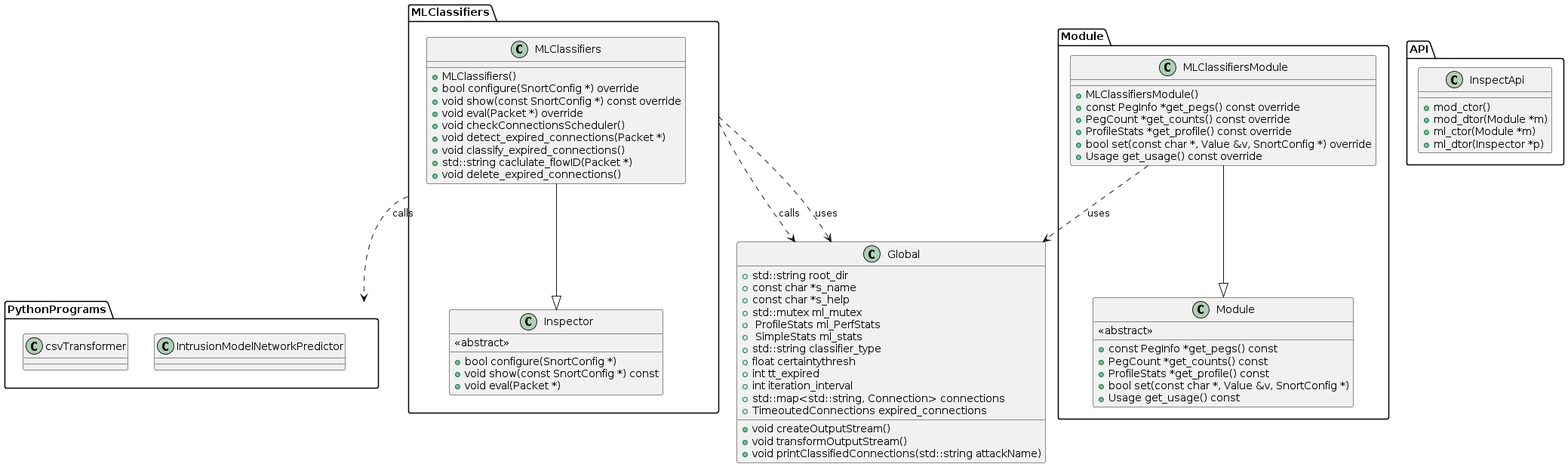
Raoulimer/ml_snort_plugin keeps this PlantUML diagram as plantUML/core_plugin_detection_class.png. Above is the earlier version.
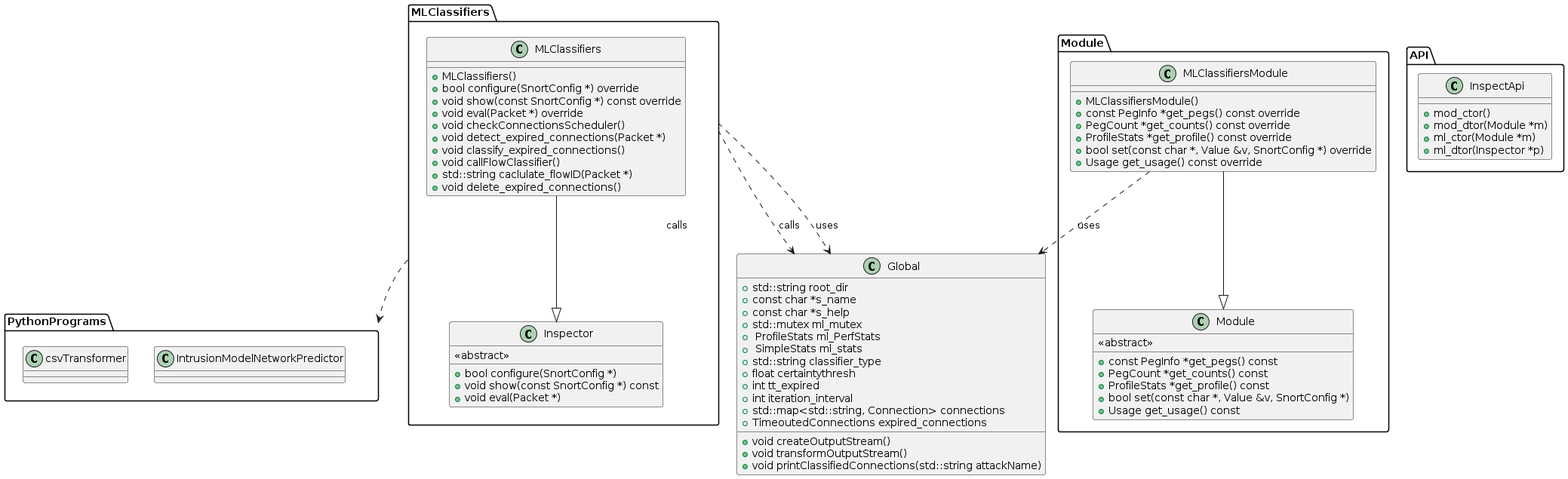
The same file after the commit.

Commit message:
Updated UML Diagram and Readme

Diff of the diagram source:
```diff
@@ -41,6 +41,7 @@
         + void checkConnectionsScheduler()
         + void detect_expired_connections(Packet *)
         + void classify_expired_connections()
+        + void callFlowClassifier()
         + std::string caclulate_flowID(Packet *)
         + void delete_expired_connections()
     }
```
